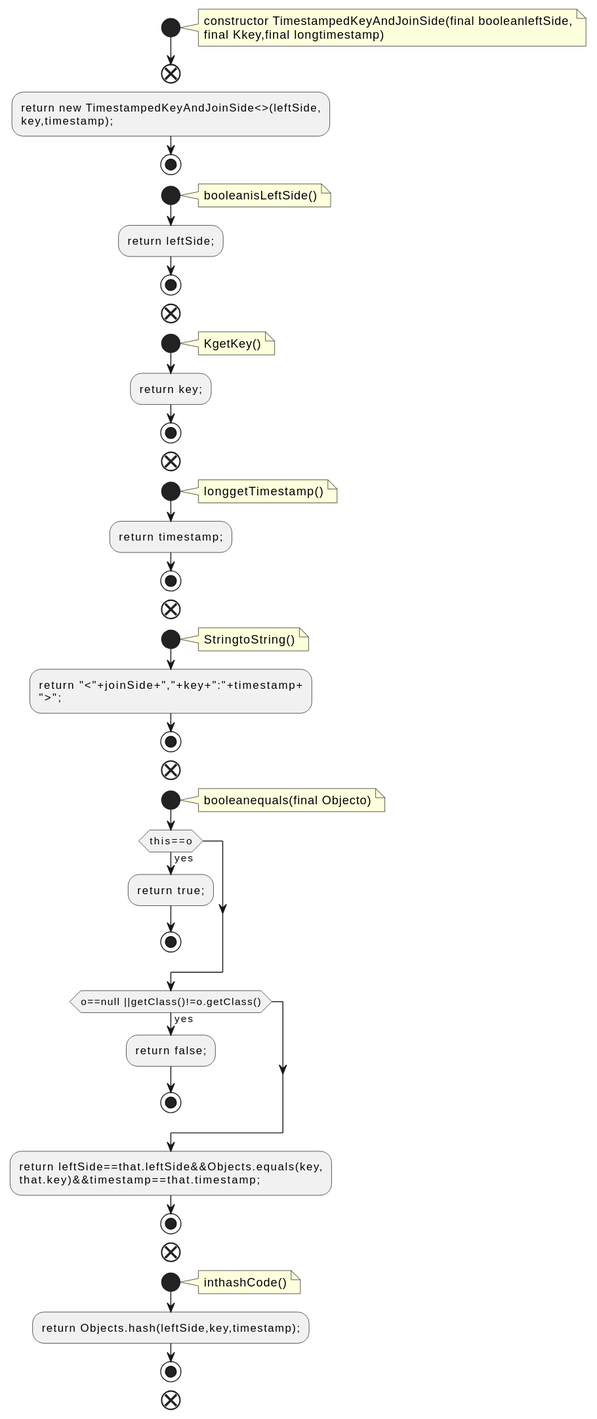
qualitesys/kafka keeps this PlantUML diagram as docs/qc/streams/src/main/java/org/apache/kafka/streams/state/internals/TimestampedKeyAndJoinSide.java.fct.svg. Above is the earlier version.
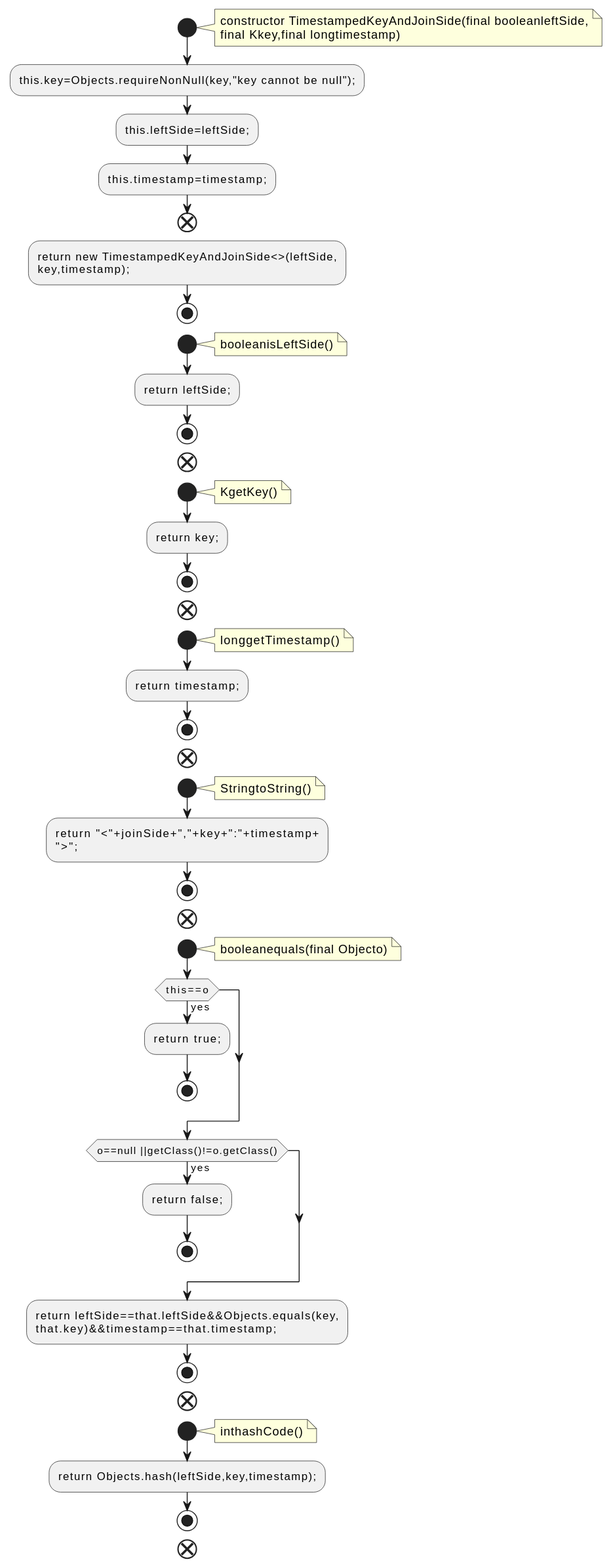
The same diagram one commit later.

What changed in the source:
```diff
@@ -5,6 +5,9 @@
 constructor TimestampedKeyAndJoinSide(final booleanleftSide,
 final Kkey,final longtimestamp)
 end note
+:this.key=Objects.requireNonNull(key,"key cannot be null");;
+:this.leftSide=leftSide;;
+:this.timestamp=timestamp;;
 end
 :return new TimestampedKeyAndJoinSide<>(leftSide,
 key,timestamp);;
```
